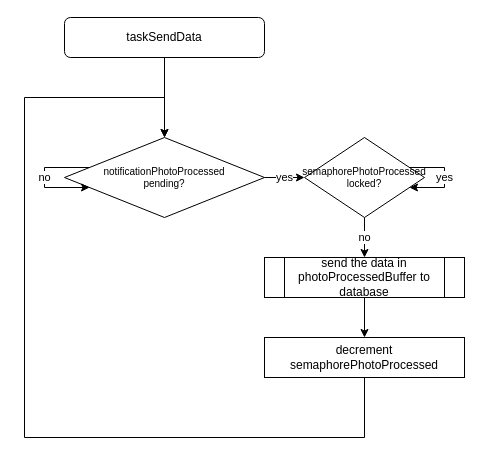
The draw.io diagram Diagrams/taskSendPhoto.drawio in rafaelandrepedro/embebidos2122, before the edit. Source tidied: cells renumbered, new cells numbered last; positions are measured from the earlier drawing's top-left corner, leaving out a move shared by most shapes. Both pictures are drawn from the tidied source at 100%, with x=0, y=0 at pixel (24, 17).
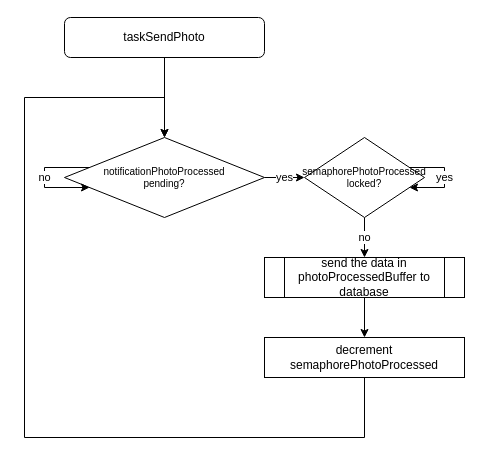
After the change.

The edit, as a diff of the source:
```diff
@@
 <mxGraphModel>
   <root>
     <mxCell id="0" />
     <mxCell id="1" parent="0" />
     <mxCell id="2" style="edgeStyle=orthogonalEdgeStyle;rounded=0;jettySize=auto;html=1;fontSize=10;entryX=0.5;entryY=0;entryDx=0;entryDy=0;" parent="1" edge="1" source="3" target="5">
       <mxGeometry relative="1" as="geometry" />
     </mxCell>
-    <mxCell id="3" value="taskSendData" style="rounded=1;whiteSpace=wrap;html=1;" parent="1" vertex="1">
+    <mxCell id="3" value="taskSendPhoto" style="rounded=1;whiteSpace=wrap;html=1;" parent="1" vertex="1">
       <mxGeometry x="40" width="200" height="40" as="geometry" />
     </mxCell>
     <mxCell id="4" value="yes" style="edgeStyle=orthogonalEdgeStyle;rounded=0;jettySize=auto;html=1;" parent="1" edge="1" source="5" target="7">
       <mxGeometry relative="1" as="geometry" />
     </mxCell>
     <mxCell id="5" value="notificationPhotoProcessed&lt;br&gt;pending?" style="rhombus;whiteSpace=wrap;html=1;fontSize=10;" parent="1" vertex="1">
       <mxGeometry x="40" y="120" width="200" height="80" as="geometry" />
     </mxCell>
     <mxCell id="6" value="no" style="edgeStyle=orthogonalEdgeStyle;rounded=0;jettySize=auto;html=1;" parent="1" edge="1" source="7">
       <mxGeometry relative="1" as="geometry">
         <mxPoint x="340" y="240" as="targetPoint" />
       </mxGeometry>
     </mxCell>
     <mxCell id="7" value="semaphorePhotoProcessed&lt;br style=&quot;font-size: 10px&quot;&gt;locked?" style="rhombus;whiteSpace=wrap;html=1;fontSize=10;" parent="1" vertex="1">
       <mxGeometry x="280" y="120" width="120" height="80" as="geometry" />
     </mxCell>
     <mxCell id="8" value="yes" style="edgeStyle=orthogonalEdgeStyle;rounded=0;orthogonalLoop=1;jettySize=auto;html=1;" parent="1" edge="1" source="7" target="7">
       <mxGeometry relative="1" as="geometry" />
     </mxCell>
     <mxCell id="9" style="edgeStyle=orthogonalEdgeStyle;rounded=0;jettySize=auto;html=1;" parent="1" edge="1" source="10" target="12">
       <mxGeometry relative="1" as="geometry" />
     </mxCell>
     <mxCell id="10" value="send the data in photoProcessedBuffer to database" style="shape=process;whiteSpace=wrap;html=1;backgroundOutline=1;" parent="1" vertex="1">
       <mxGeometry x="240" y="240" width="200" height="40" as="geometry" />
     </mxCell>
     <mxCell id="11" style="edgeStyle=orthogonalEdgeStyle;rounded=0;jettySize=auto;html=1;entryX=0.5;entryY=0;entryDx=0;entryDy=0;" parent="1" edge="1" source="12" target="5">
       <mxGeometry relative="1" as="geometry">
         <Array as="points">
           <mxPoint y="420" />
           <mxPoint y="80" />
           <mxPoint x="140" y="80" />
         </Array>
       </mxGeometry>
     </mxCell>
     <mxCell id="12" value="decrement&lt;br&gt;semaphorePhotoProcessed" style="rounded=0;whiteSpace=wrap;html=1;" parent="1" vertex="1">
       <mxGeometry x="240" y="320" width="200" height="40" as="geometry" />
     </mxCell>
     <mxCell id="13" value="no" style="edgeStyle=orthogonalEdgeStyle;rounded=0;orthogonalLoop=1;jettySize=auto;html=1;" parent="1" edge="1" source="5" target="5">
       <mxGeometry relative="1" as="geometry">
         <Array as="points">
           <mxPoint x="20" y="160" />
         </Array>
       </mxGeometry>
     </mxCell>
   </root>
 </mxGraphModel>
```
